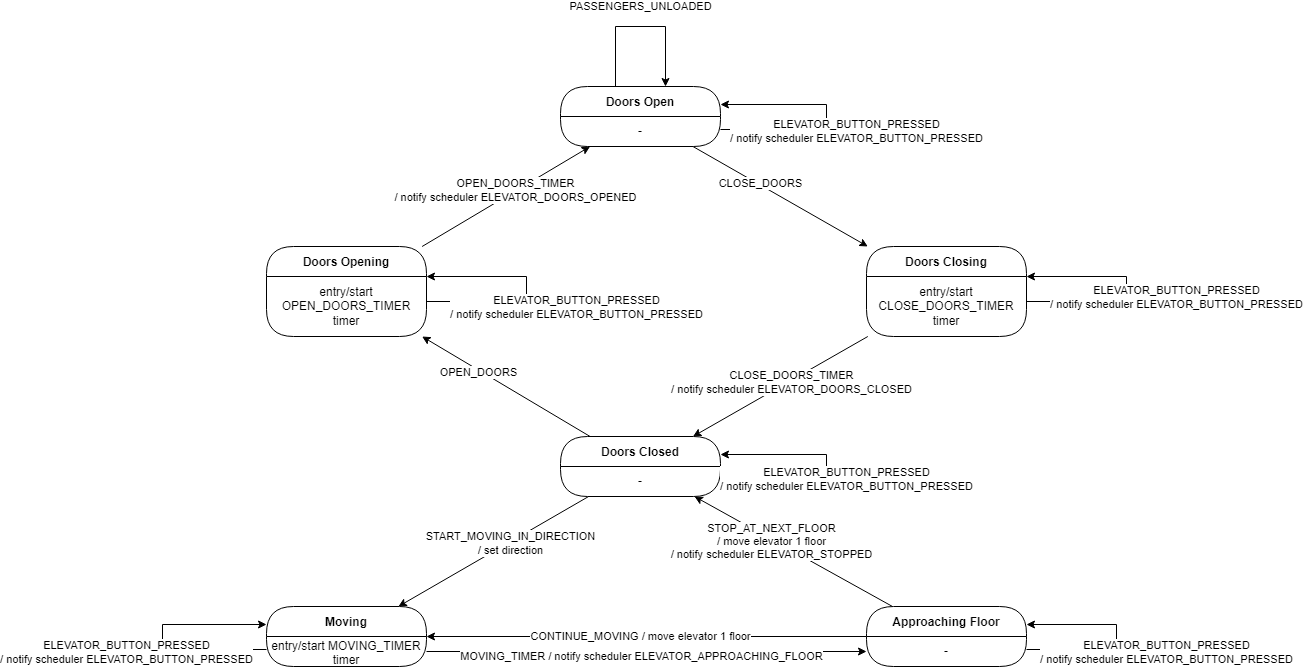
robsim378/sysc_3303_project keeps this draw.io diagram as UML_Diagrams/UML_State_Diagram-Elevator.drawio.png. Above is the earlier version. Source tidied: cells renumbered, new cells last; positions are measured from the earlier drawing's top-left corner, leaving out a move shared by most shapes.
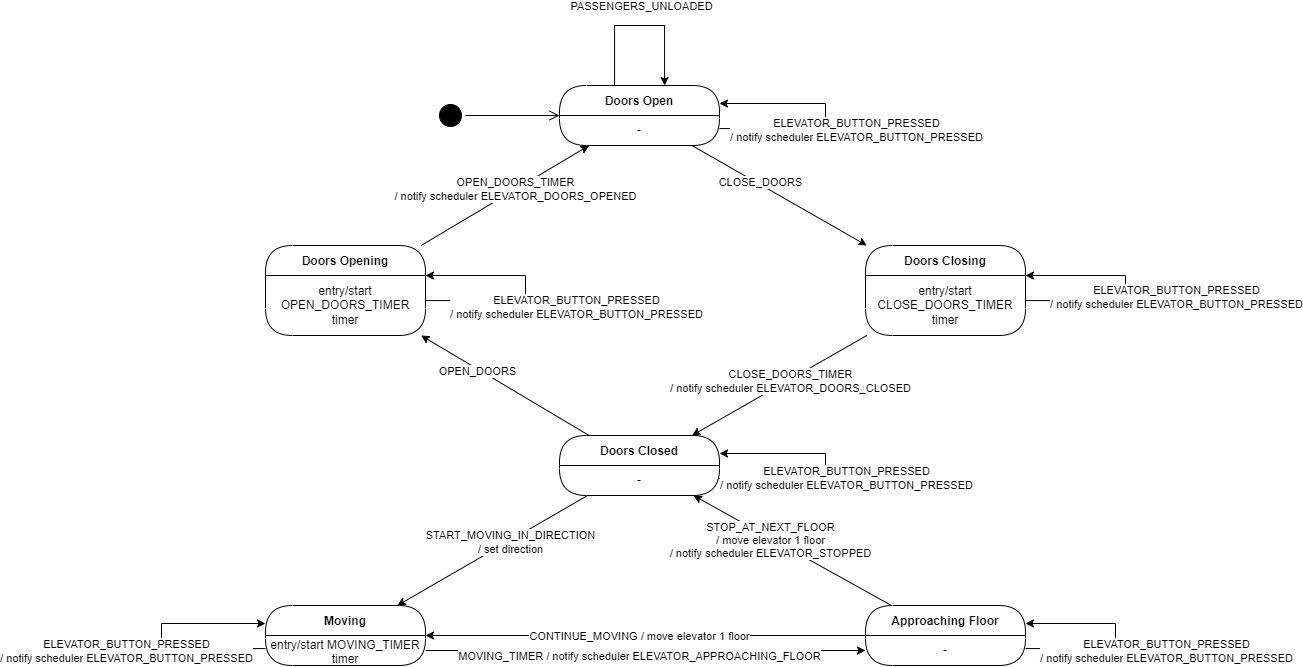
After the change.

Commit message:
add start to state machines

What changed in the source:
```diff
@@ -181,5 +181,11 @@
         <mxPoint x="-36" y="15" as="offset" />
       </mxGeometry>
     </mxCell>
+    <mxCell id="44" style="ellipse;html=1;shape=startState;fillColor=#000000;strokeColor=#000000;" parent="1" vertex="1">
+      <mxGeometry x="274" y="75" width="30" height="30" as="geometry" />
+    </mxCell>
+    <mxCell id="45" style="html=1;verticalAlign=bottom;endArrow=open;endSize=8;strokeColor=#000000;rounded=0;entryX=0;entryY=0.5;entryDx=0;entryDy=0;" parent="1" edge="1" source="44" target="4">
+      <mxGeometry relative="1" as="geometry" />
+    </mxCell>
   </root>
 </mxGraphModel>
```
